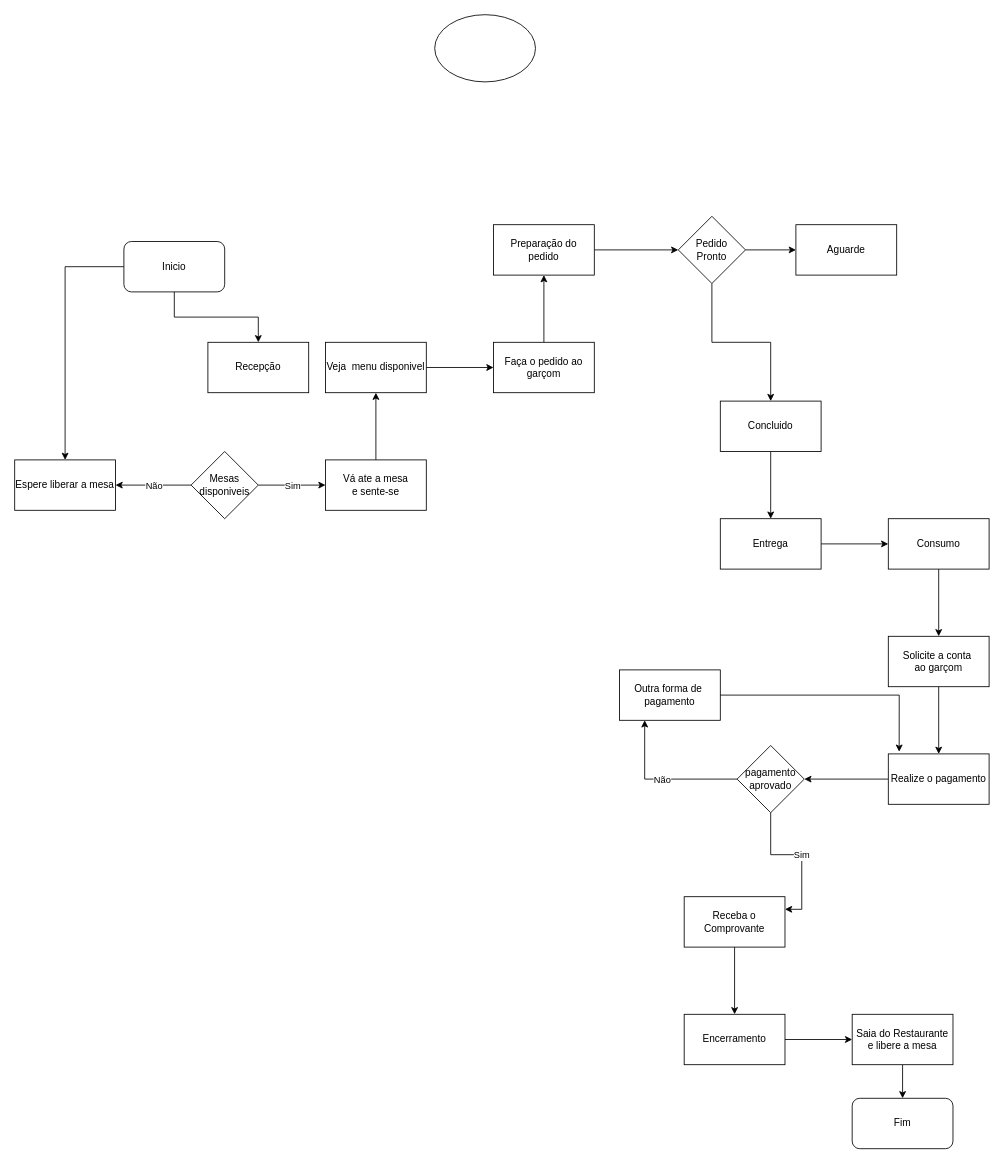
renatosgarbossa/ANALISE-E-PROJETOS-2C-2024 keeps this draw.io diagram as Restaurante.drawio. Above is the earlier version. Source tidied: cells renumbered, new cells numbered last; positions are measured from the earlier drawing's top-left corner, leaving out a move shared by most shapes. Both pictures are drawn from the tidied source at 84%, with x=0, y=0 at pixel (14, 14).
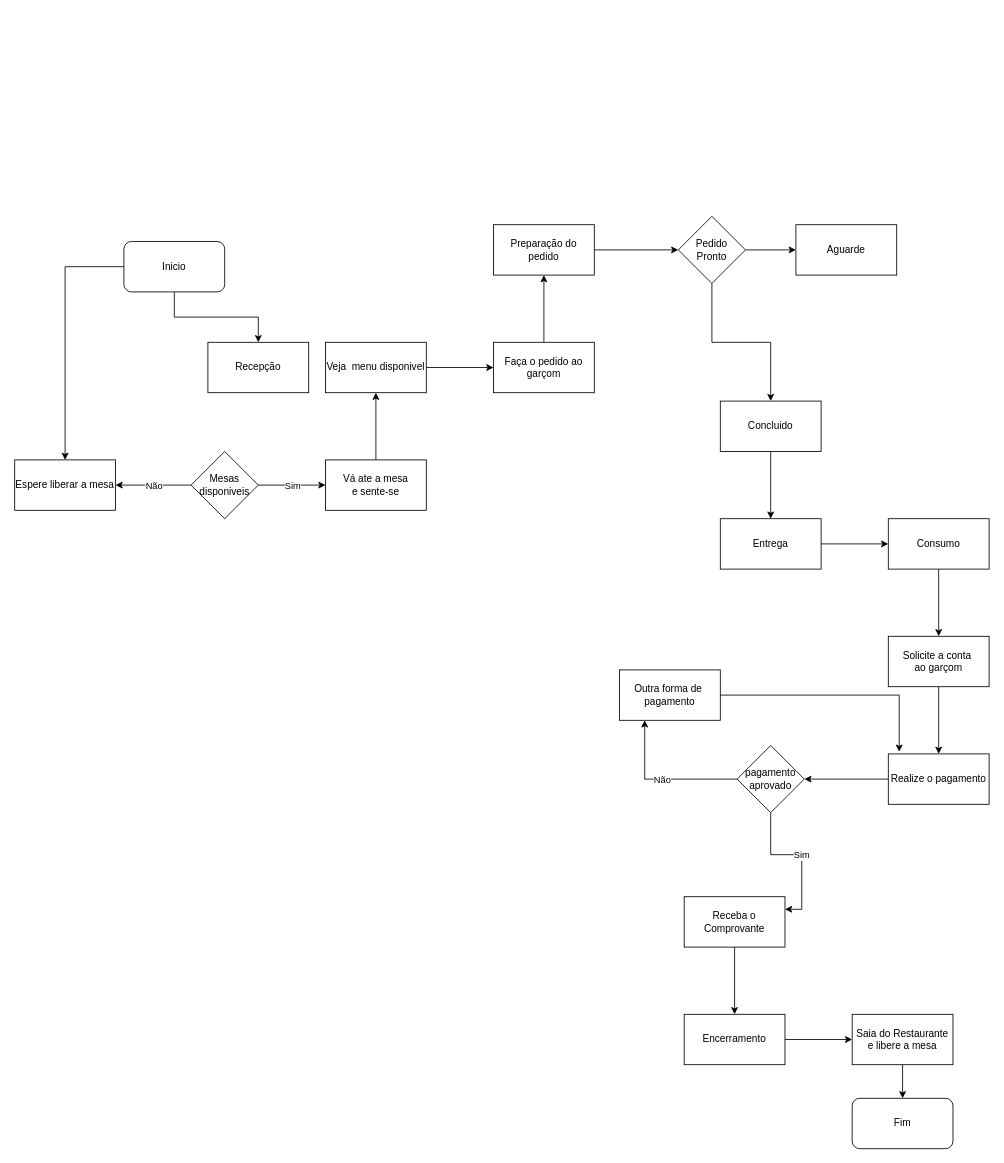
After the change.

Diff of the diagram source:
```diff
@@
-    <mxCell id="24" style="ellipse;whiteSpace=wrap;html=1;" parent="1" vertex="1">
-      <mxGeometry x="500" width="120" height="80" as="geometry" />
-    </mxCell>
```
